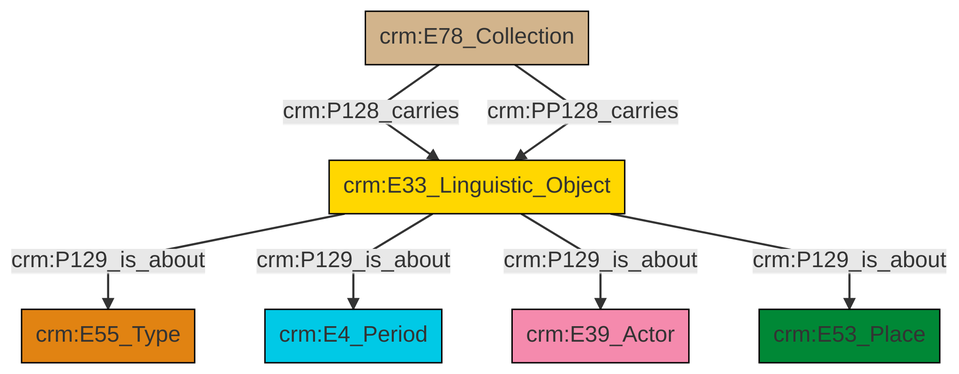
swiss-art-research-net/docs.swissartresearch keeps this Mermaid diagram as et/archivalCSV/ttl/mmd/png/archival_aboutness.png. Above is the earlier version. Its source is kept beside it as et/archivalCSV/ttl/mmd/archival_aboutness.ttl.mmd.
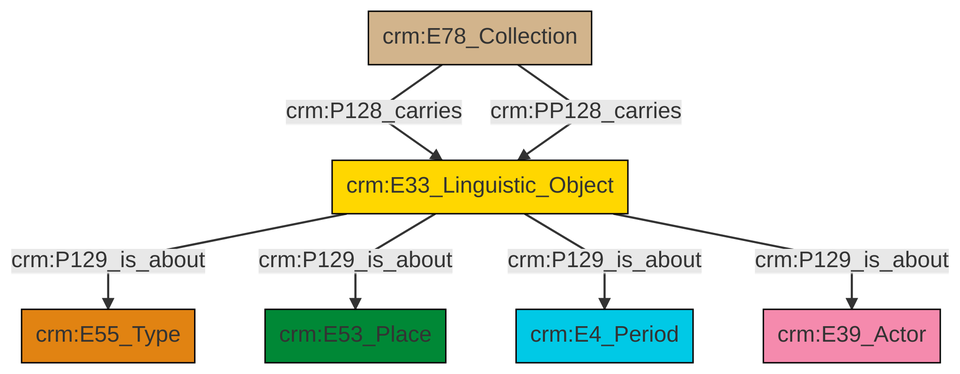
After the commit.

Diff of the diagram source:
```diff
@@ -13,9 +13,9 @@
 classDef PC_Classes fill:#4ce600, stroke:#000000;
 classDef Multi fill:#cccccc,stroke:#000000;
 
-4["crm:E33_Linguistic_Object"]:::Conceptual_Object -->|crm:P129_is_about| 5["crm:E55_Type"]:::Type
-4["crm:E33_Linguistic_Object"]:::Conceptual_Object -->|crm:P129_is_about| 2["crm:E4_Period"]:::Temporal_Entity
-7["crm:E78_Collection"]:::Physical_Thing -->|crm:P128_carries| 4["crm:E33_Linguistic_Object"]:::Conceptual_Object
-4["crm:E33_Linguistic_Object"]:::Conceptual_Object -->|crm:P129_is_about| 9["crm:E39_Actor"]:::Actor
-7["crm:E78_Collection"]:::Physical_Thing -->|crm:PP128_carries| 4["crm:E33_Linguistic_Object"]:::Conceptual_Object
-4["crm:E33_Linguistic_Object"]:::Conceptual_Object -->|crm:P129_is_about| 0["crm:E53_Place"]:::Place
+0["crm:E33_Linguistic_Object"]:::Conceptual_Object -->|crm:P129_is_about| 1["crm:E55_Type"]:::Type
+0["crm:E33_Linguistic_Object"]:::Conceptual_Object -->|crm:P129_is_about| 2["crm:E53_Place"]:::Place
+0["crm:E33_Linguistic_Object"]:::Conceptual_Object -->|crm:P129_is_about| 5["crm:E4_Period"]:::Temporal_Entity
+0["crm:E33_Linguistic_Object"]:::Conceptual_Object -->|crm:P129_is_about| 6["crm:E39_Actor"]:::Actor
+10["crm:E78_Collection"]:::Physical_Thing -->|crm:P128_carries| 0["crm:E33_Linguistic_Object"]:::Conceptual_Object
+10["crm:E78_Collection"]:::Physical_Thing -->|crm:PP128_carries| 0["crm:E33_Linguistic_Object"]:::Conceptual_Object
```
